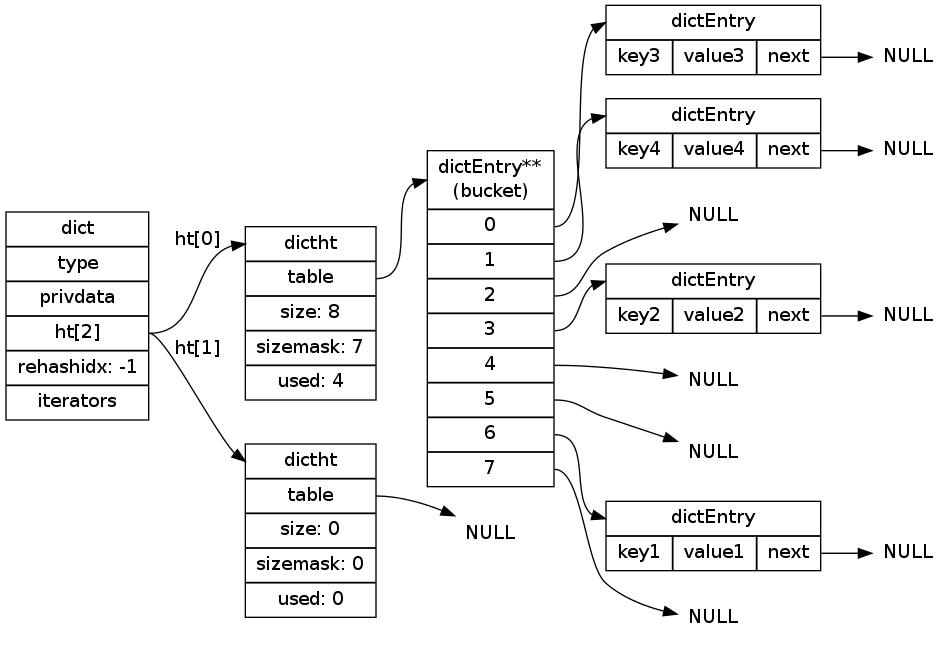
Above: internal-datastruct/image/rehash_step_four.png in huangzworks/redisbook (Graphviz), before the change. Its source is kept beside it as internal-datastruct/image/rehash_step_four.dot.
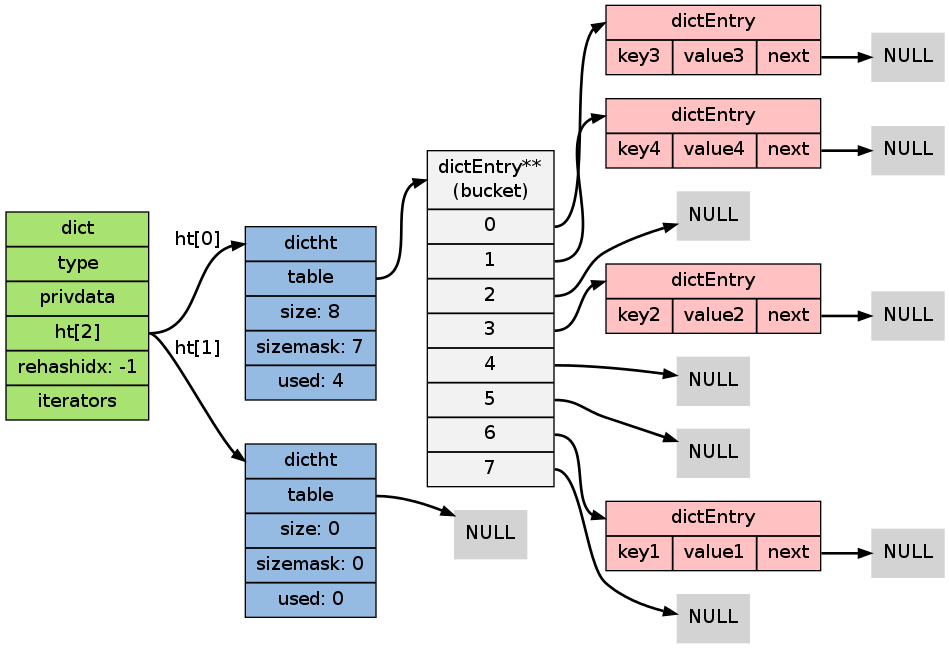
Above is the later version.

What changed in the source:
```diff
@@ -3,24 +3,26 @@
 
     rankdir = LR;
 
-    node[shape=record];
+    node[shape=record, style = filled];
+
+    edge [style = bold];
 
 
-    dict [label="dict | type | privdata |<ht> ht[2] | rehashidx: -1 | iterators"];
+    dict [label="dict | type | privdata |<ht> ht[2] | rehashidx: -1 | iterators", fillcolor = "#A8E270"];
 
-    ht0 [label="<dictht>dictht |<table> table | size: 8 | sizemask: 7 | used: 4"];
+    ht0 [label="<dictht>dictht |<table> table | size: 8 | sizemask: 7 | used: 4", fillcolor = "#95BBE3"];
 
-    ht3 [label="<dictht>dictht |<table> table | size: 0 | sizemask: 0 | used: 0"];
+    ht3 [label="<dictht>dictht |<table> table | size: 0 | sizemask: 0 | used: 0", fillcolor = "#95BBE3"];
 
-    bucket1 [label="<head>dictEntry**\n(bucket) |<table0> 0 |<table1> 1 |<table2> 2 |<table3> 3 |<table4> 4 |<table5> 5 |<table6> 6 |<table7> 7"];
+    bucket1 [label="<head>dictEntry**\n(bucket) |<table0> 0 |<table1> 1 |<table2> 2 |<table3> 3 |<table4> 4 |<table5> 5 |<table6> 6 |<table7> 7", fillcolor = "#F2F2F2"];
 
-    pair_1 [label="<head>dictEntry |{key1 | value1 |<next>next}"];
+    pair_1 [label="<head>dictEntry |{key1 | value1 |<next>next}", fillcolor = "#FFC1C1"];
 
-    pair_2 [label="<head>dictEntry |{key2 | value2 |<next>next}"];
+    pair_2 [label="<head>dictEntry |{key2 | value2 |<next>next}", fillcolor = "#FFC1C1"];
 
-    pair_3 [label="<head>dictEntry |{key3 | value3 |<next>next}"];
+    pair_3 [label="<head>dictEntry |{key3 | value3 |<next>next}", fillcolor = "#FFC1C1"];
 
-    pair_4 [label="<head>dictEntry |{key4 | value4 |<next>next}"];
+    pair_4 [label="<head>dictEntry |{key4 | value4 |<next>next}", fillcolor = "#FFC1C1"];
 
     null10 [label="NULL", shape=plaintext];
     null11 [label="NULL", shape=plaintext];
```
